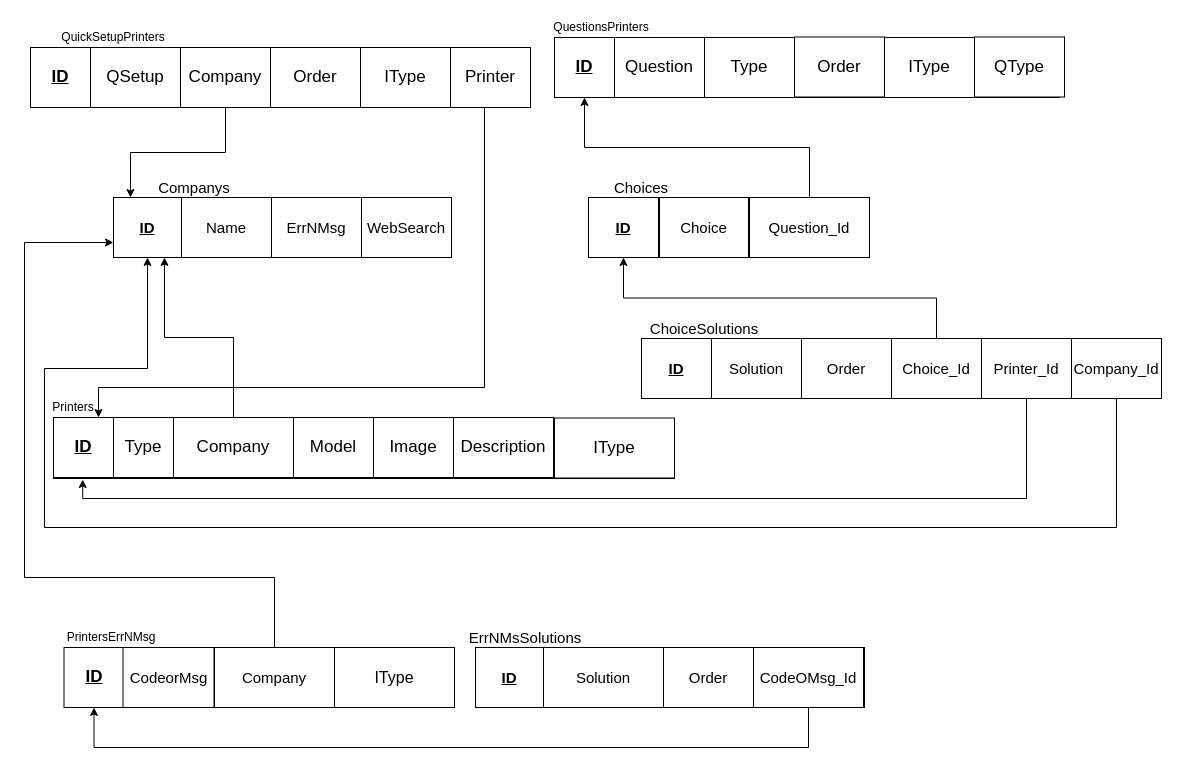
Above: SchemaDiagram.drawio in SarahAminn/FixBoxExpertSystem (draw.io), before the change. Source tidied: cells renumbered, new cells numbered last; positions are measured from the earlier drawing's top-left corner, leaving out a move shared by most shapes. Both pictures are drawn from the tidied source at 100%, with x=0, y=0 at pixel (24, 17).
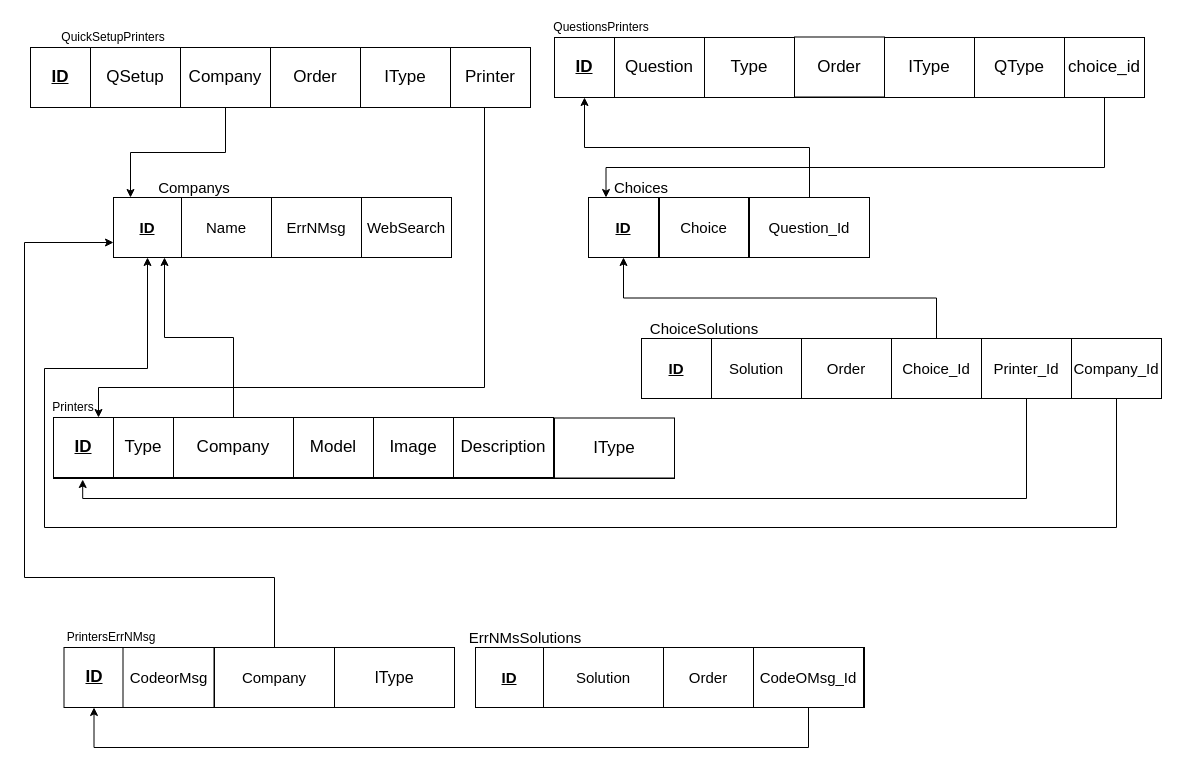
The same diagram, later.

The change refers to these unchanged cells:
```xml
<mxCell id="55" value="&lt;u&gt;ID&lt;/u&gt;" style="rounded=0;whiteSpace=wrap;html=1;fontSize=15;fontStyle=1;" parent="1" vertex="1">
  <mxGeometry x="564" y="180" width="70" height="60" as="geometry" />
</mxCell>
```

Change to the diagram source:
```diff
@@
     <mxCell id="20" style="rounded=0;whiteSpace=wrap;html=1;" parent="1" vertex="1">
-      <mxGeometry x="531" y="20" width="504" height="60" as="geometry" />
+      <mxGeometry x="531" y="20" width="589" height="60" as="geometry" />
     </mxCell>
@@
     <mxCell id="36" value="&lt;span&gt;&lt;font style=&quot;font-size: 17px&quot;&gt;QType&lt;/font&gt;&lt;/span&gt;" style="rounded=0;whiteSpace=wrap;html=1;fontStyle=0;" parent="1" vertex="1">
-      <mxGeometry x="950" y="19.5" width="90" height="60" as="geometry" />
+      <mxGeometry x="950" y="20" width="90" height="60" as="geometry" />
     </mxCell>
@@
+    <mxCell id="67" style="edgeStyle=orthogonalEdgeStyle;rounded=0;jettySize=auto;html=1;entryX=0.25;entryY=0;entryDx=0;entryDy=0;" parent="1" edge="1" source="68" target="55">
+      <mxGeometry relative="1" as="geometry">
+        <Array as="points">
+          <mxPoint x="1080" y="150" />
+          <mxPoint x="582" y="150" />
+        </Array>
+      </mxGeometry>
+    </mxCell>
+    <mxCell id="68" value="&lt;span&gt;&lt;font style=&quot;font-size: 17px&quot;&gt;choice_id&lt;/font&gt;&lt;/span&gt;" style="rounded=0;whiteSpace=wrap;html=1;fontStyle=0;" parent="1" vertex="1">
+      <mxGeometry x="1040" y="20" width="80" height="60" as="geometry" />
+    </mxCell>
```
